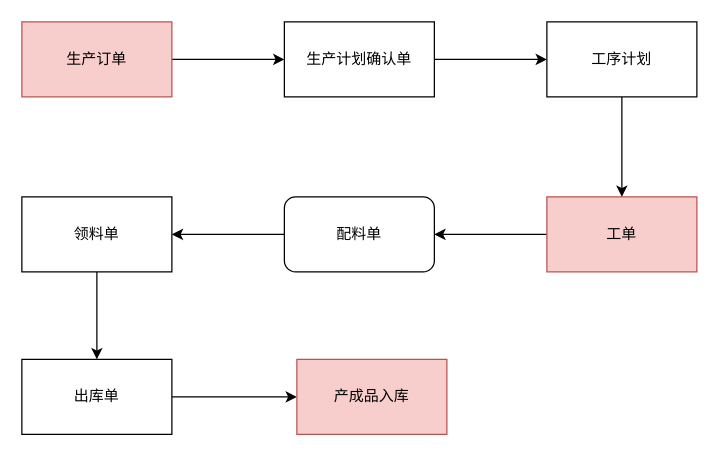
zckyuwang/spring-cloud-master keeps this draw.io diagram as 生产.drawio. Above is the earlier version. Source tidied: cells renumbered, new cells numbered last; positions are measured from the earlier drawing's top-left corner, leaving out a move shared by most shapes. Both pictures are drawn from the tidied source at 125%, with x=0, y=0 at pixel (21, 21).
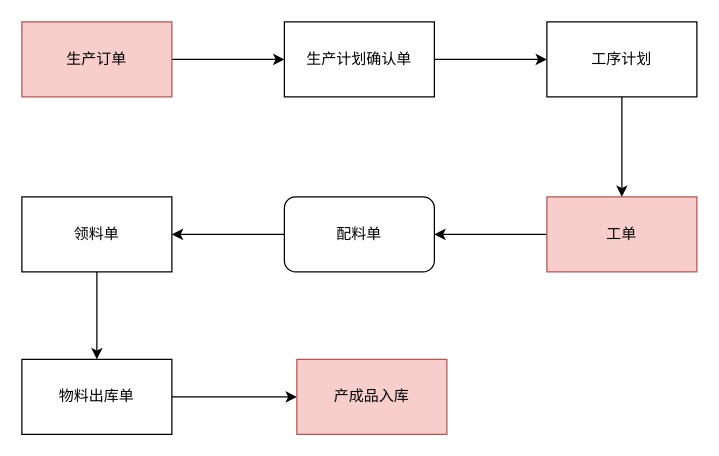
After the change.

The edit, as a diff of the source:
```diff
@@
 <mxGraphModel>
   <root>
     <mxCell id="0" />
     <mxCell id="1" parent="0" />
     <mxCell id="2" style="edgeStyle=orthogonalEdgeStyle;rounded=0;jettySize=auto;html=1;" parent="1" edge="1" source="3" target="5">
       <mxGeometry relative="1" as="geometry" />
     </mxCell>
     <mxCell id="3" value="生产订单" style="rounded=0;whiteSpace=wrap;html=1;fillColor=#f8cecc;strokeColor=#b85450;" parent="1" vertex="1">
       <mxGeometry width="120" height="60" as="geometry" />
     </mxCell>
     <mxCell id="4" style="edgeStyle=orthogonalEdgeStyle;rounded=0;jettySize=auto;html=1;" parent="1" edge="1" source="5" target="9">
       <mxGeometry relative="1" as="geometry" />
     </mxCell>
     <mxCell id="5" value="生产计划确认单" style="rounded=0;whiteSpace=wrap;html=1;" parent="1" vertex="1">
       <mxGeometry x="210" width="120" height="60" as="geometry" />
     </mxCell>
     <mxCell id="6" style="edgeStyle=orthogonalEdgeStyle;rounded=0;jettySize=auto;html=1;" parent="1" edge="1" source="7" target="11">
       <mxGeometry relative="1" as="geometry" />
     </mxCell>
     <mxCell id="7" value="工单" style="rounded=0;whiteSpace=wrap;html=1;fillColor=#f8cecc;strokeColor=#b85450;" parent="1" vertex="1">
       <mxGeometry x="420" y="140" width="120" height="60" as="geometry" />
     </mxCell>
     <mxCell id="8" style="edgeStyle=orthogonalEdgeStyle;rounded=0;jettySize=auto;html=1;" parent="1" edge="1" source="9" target="7">
       <mxGeometry relative="1" as="geometry" />
     </mxCell>
     <mxCell id="9" value="工序计划" style="rounded=0;whiteSpace=wrap;html=1;" parent="1" vertex="1">
       <mxGeometry x="420" width="120" height="60" as="geometry" />
     </mxCell>
     <mxCell id="10" style="edgeStyle=orthogonalEdgeStyle;rounded=0;jettySize=auto;html=1;" parent="1" edge="1" source="11" target="13">
       <mxGeometry relative="1" as="geometry" />
     </mxCell>
     <mxCell id="11" value="配料单" style="rounded=1;whiteSpace=wrap;html=1;" parent="1" vertex="1">
       <mxGeometry x="210" y="140" width="120" height="60" as="geometry" />
     </mxCell>
     <mxCell id="12" style="edgeStyle=orthogonalEdgeStyle;rounded=0;jettySize=auto;html=1;" parent="1" edge="1" source="13" target="15">
       <mxGeometry relative="1" as="geometry" />
     </mxCell>
     <mxCell id="13" value="领料单" style="rounded=0;whiteSpace=wrap;html=1;" parent="1" vertex="1">
       <mxGeometry y="140" width="120" height="60" as="geometry" />
     </mxCell>
     <mxCell id="14" style="edgeStyle=orthogonalEdgeStyle;rounded=0;jettySize=auto;html=1;" parent="1" edge="1" source="15" target="16">
       <mxGeometry relative="1" as="geometry" />
     </mxCell>
-    <mxCell id="15" value="出库单" style="rounded=0;whiteSpace=wrap;html=1;" parent="1" vertex="1">
+    <mxCell id="15" value="物料出库单" style="rounded=0;whiteSpace=wrap;html=1;" parent="1" vertex="1">
       <mxGeometry y="270" width="120" height="60" as="geometry" />
     </mxCell>
     <mxCell id="16" value="产成品入库" style="rounded=0;whiteSpace=wrap;html=1;fillColor=#f8cecc;strokeColor=#b85450;" parent="1" vertex="1">
       <mxGeometry x="220" y="270" width="120" height="60" as="geometry" />
     </mxCell>
   </root>
 </mxGraphModel>
```
